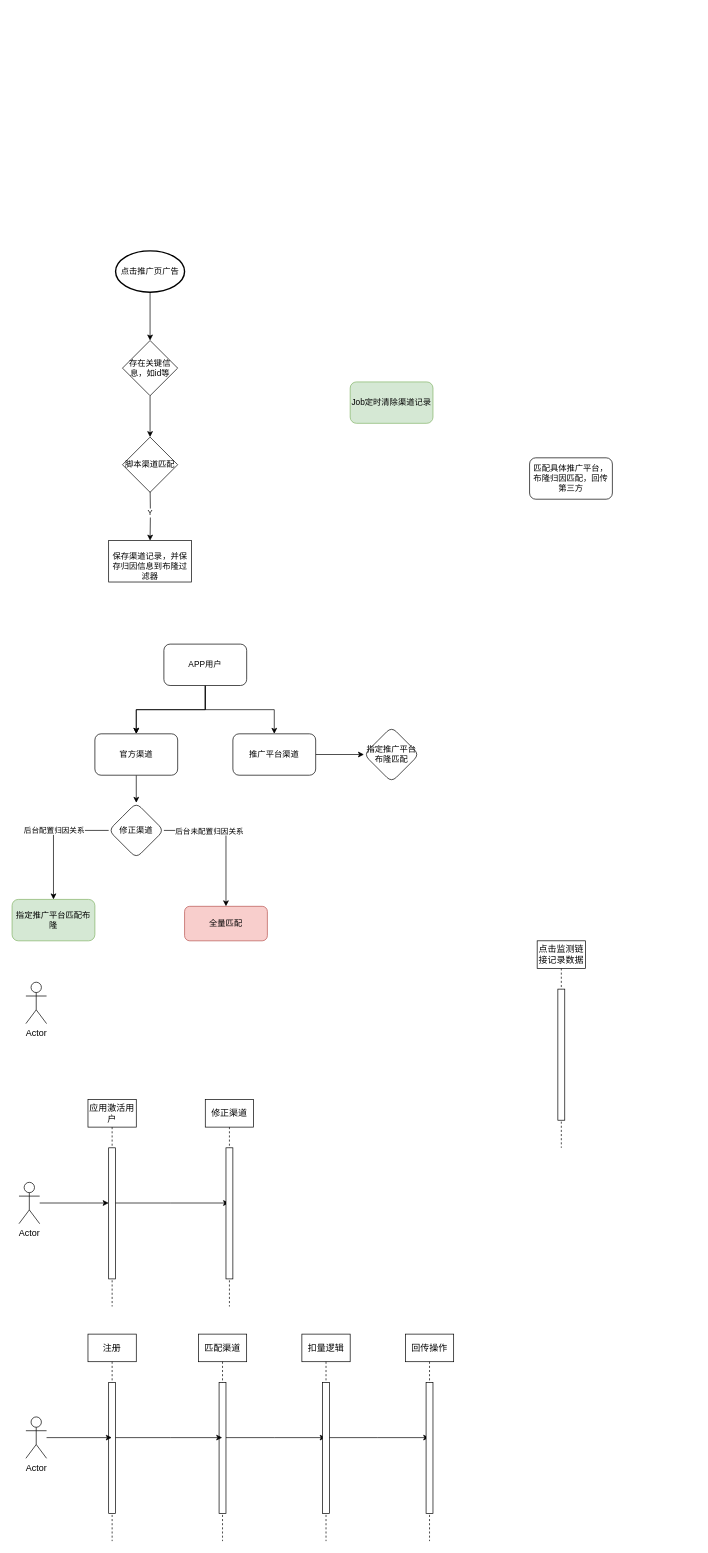
Above: 推广平台模式.drawio in lints123/draw_project (draw.io), before the change. Source tidied: cells renumbered, new cells numbered last; positions are measured from the earlier drawing's top-left corner, leaving out a move shared by most shapes. Both pictures are drawn from the tidied source at 69%, with x=0, y=0 at pixel (12, 250).
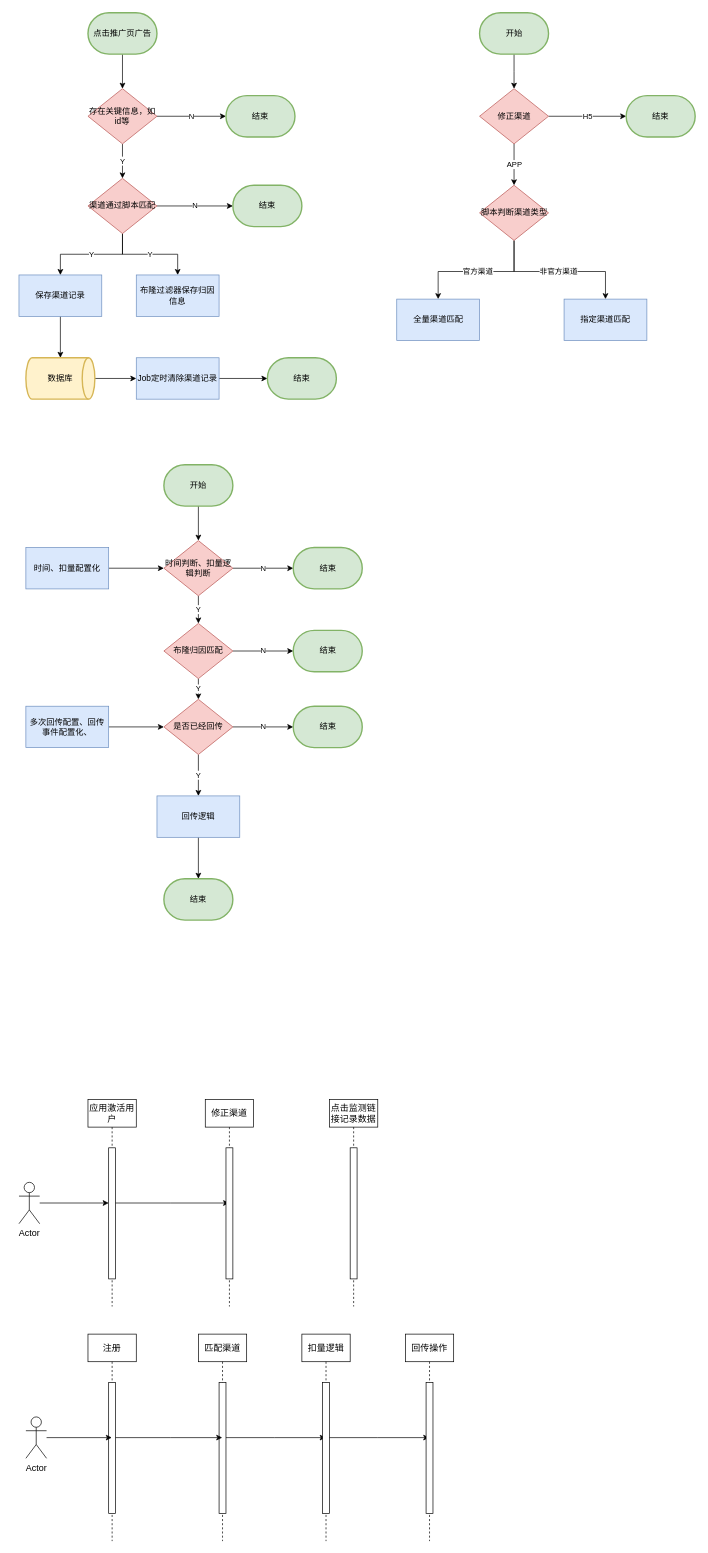
The same page after the edit.

Commit message:
更新推广平台模式.drawio

What changed in the source:
```diff
@@
-    <mxCell id="2" value="Actor" style="shape=umlActor;verticalLabelPosition=bottom;verticalAlign=top;html=1;fontSize=13;" parent="1" vertex="1">
-      <mxGeometry x="20" y="1060" width="30" height="60" as="geometry" />
-    </mxCell>
     <mxCell id="3" value="点击监测链接记录数据" style="shape=umlLifeline;perimeter=lifelinePerimeter;whiteSpace=wrap;html=1;newEdgeStyle={&quot;edgeStyle&quot;:&quot;elbowEdgeStyle&quot;,&quot;elbow&quot;:&quot;vertical&quot;,&quot;curved&quot;:0,&quot;rounded&quot;:0};fontSize=13;" parent="1" vertex="1">
-      <mxGeometry x="761" y="1000" width="70" height="300" as="geometry" />
+      <mxGeometry x="460" y="1230" width="70" height="300" as="geometry" />
     </mxCell>
@@
-    <mxCell id="25" style="edgeStyle=orthogonalEdgeStyle;rounded=0;jettySize=auto;html=1;" parent="1" edge="1" source="26" target="48">
+    <mxCell id="25" value="Y" style="edgeStyle=orthogonalEdgeStyle;rounded=0;jettySize=auto;html=1;" parent="1" edge="1" source="26" target="48">
       <mxGeometry relative="1" as="geometry" />
     </mxCell>
+    <mxCell id="49" value="N" style="edgeStyle=orthogonalEdgeStyle;rounded=0;jettySize=auto;html=1;entryX=0;entryY=0.5;entryDx=0;entryDy=0;entryPerimeter=0;" parent="1" edge="1" source="26" target="54">
+      <mxGeometry relative="1" as="geometry" />
+    </mxCell>
-    <mxCell id="26" value="存在关键信息，如id等" style="rhombus;whiteSpace=wrap;html=1;" parent="1" vertex="1">
-      <mxGeometry x="160" y="130" width="80" height="80" as="geometry" />
+    <mxCell id="26" value="存在关键信息，如id等" style="rhombus;whiteSpace=wrap;html=1;fillColor=#f8cecc;strokeColor=#b85450;" parent="1" vertex="1">
+      <mxGeometry x="110" y="-235" width="100" height="80" as="geometry" />
     </mxCell>
+    <mxCell id="44" style="edgeStyle=orthogonalEdgeStyle;rounded=0;jettySize=auto;html=1;entryX=0.5;entryY=0;entryDx=0;entryDy=0;" parent="1" edge="1" source="45" target="26">
+      <mxGeometry relative="1" as="geometry" />
+    </mxCell>
+    <mxCell id="46" value="Y" style="edgeStyle=orthogonalEdgeStyle;rounded=0;jettySize=auto;html=1;exitX=0.5;exitY=1;exitDx=0;exitDy=0;" parent="1" edge="1" source="48" target="53">
+      <mxGeometry relative="1" as="geometry" />
+    </mxCell>
+    <mxCell id="50" style="edgeStyle=orthogonalEdgeStyle;rounded=0;jettySize=auto;html=1;exitX=0.5;exitY=1;exitDx=0;exitDy=0;" parent="1" edge="1" source="47" target="57">
+      <mxGeometry relative="1" as="geometry" />
+    </mxCell>
+    <mxCell id="47" value="保存渠道记录" style="whiteSpace=wrap;html=1;fillColor=#dae8fc;strokeColor=#6c8ebf;" parent="1" vertex="1">
+      <mxGeometry x="10" y="35" width="120" height="60" as="geometry" />
+    </mxCell>
+    <mxCell id="51" value="Y" style="edgeStyle=orthogonalEdgeStyle;rounded=0;jettySize=auto;html=1;entryX=0.5;entryY=0;entryDx=0;entryDy=0;" parent="1" edge="1" source="48" target="47">
+      <mxGeometry relative="1" as="geometry" />
+    </mxCell>
+    <mxCell id="52" value="N" style="edgeStyle=orthogonalEdgeStyle;rounded=0;jettySize=auto;html=1;entryX=0;entryY=0.5;entryDx=0;entryDy=0;entryPerimeter=0;" parent="1" edge="1" source="48" target="55">
+      <mxGeometry relative="1" as="geometry" />
+    </mxCell>
+    <mxCell id="48" value="渠道通过脚本匹配" style="rhombus;whiteSpace=wrap;html=1;fillColor=#f8cecc;strokeColor=#b85450;" parent="1" vertex="1">
+      <mxGeometry x="110" y="-105" width="100" height="80" as="geometry" />
+    </mxCell>
+    <mxCell id="45" value="点击推广页广告" style="strokeWidth=2;html=1;shape=mxgraph.flowchart.terminator;whiteSpace=wrap;fillColor=#d5e8d4;strokeColor=#82b366;" parent="1" vertex="1">
+      <mxGeometry x="110" y="-345" width="100" height="60" as="geometry" />
+    </mxCell>
+    <mxCell id="53" value="布隆过滤器保存归因信息" style="whiteSpace=wrap;html=1;fillColor=#dae8fc;strokeColor=#6c8ebf;" parent="1" vertex="1">
+      <mxGeometry x="180" y="35" width="120" height="60" as="geometry" />
+    </mxCell>
+    <mxCell id="54" value="结束" style="strokeWidth=2;html=1;shape=mxgraph.flowchart.terminator;whiteSpace=wrap;fillColor=#d5e8d4;strokeColor=#82b366;" parent="1" vertex="1">
+      <mxGeometry x="310" y="-225" width="100" height="60" as="geometry" />
+    </mxCell>
+    <mxCell id="55" value="结束" style="strokeWidth=2;html=1;shape=mxgraph.flowchart.terminator;whiteSpace=wrap;fillColor=#d5e8d4;strokeColor=#82b366;" parent="1" vertex="1">
+      <mxGeometry x="320" y="-95" width="100" height="60" as="geometry" />
+    </mxCell>
+    <mxCell id="56" style="edgeStyle=orthogonalEdgeStyle;rounded=0;jettySize=auto;html=1;" parent="1" edge="1" source="57" target="27">
+      <mxGeometry relative="1" as="geometry" />
+    </mxCell>
+    <mxCell id="57" value="数据库" style="strokeWidth=2;html=1;shape=mxgraph.flowchart.direct_data;whiteSpace=wrap;fillColor=#fff2cc;strokeColor=#d6b656;" parent="1" vertex="1">
+      <mxGeometry x="20" y="155" width="100" height="60" as="geometry" />
+    </mxCell>
+    <mxCell id="58" style="edgeStyle=orthogonalEdgeStyle;rounded=0;jettySize=auto;html=1;" parent="1" edge="1" source="27" target="59">
+      <mxGeometry relative="1" as="geometry" />
+    </mxCell>
-    <mxCell id="27" value="Job定时清除渠道记录" style="whiteSpace=wrap;html=1;rounded=1;fillColor=#d5e8d4;strokeColor=#82b366;" parent="1" vertex="1">
-      <mxGeometry x="490" y="190" width="120" height="60" as="geometry" />
+    <mxCell id="27" value="Job定时清除渠道记录" style="whiteSpace=wrap;html=1;fillColor=#dae8fc;strokeColor=#6c8ebf;" parent="1" vertex="1">
+      <mxGeometry x="180" y="155" width="120" height="60" as="geometry" />
     </mxCell>
-    <mxCell id="28" value="匹配具体推广平台，布隆归因匹配，回传第三方" style="whiteSpace=wrap;html=1;rounded=1;" parent="1" vertex="1">
-      <mxGeometry x="750" y="300" width="120" height="60" as="geometry" />
-    </mxCell>
-    <mxCell id="29" style="edgeStyle=orthogonalEdgeStyle;rounded=0;jettySize=auto;html=1;" parent="1" edge="1" source="32" target="39">
-      <mxGeometry relative="1" as="geometry" />
-    </mxCell>
-    <mxCell id="30" style="edgeStyle=orthogonalEdgeStyle;rounded=0;jettySize=auto;html=1;" parent="1" edge="1" source="32" target="39">
-      <mxGeometry relative="1" as="geometry" />
-    </mxCell>
-    <mxCell id="31" style="edgeStyle=orthogonalEdgeStyle;rounded=0;jettySize=auto;html=1;" parent="1" edge="1" source="32" target="42">
-      <mxGeometry relative="1" as="geometry" />
-    </mxCell>
-    <mxCell id="32" value="APP用户" style="rounded=1;whiteSpace=wrap;html=1;" parent="1" vertex="1">
-      <mxGeometry x="220" y="570" width="120" height="60" as="geometry" />
-    </mxCell>
-    <mxCell id="33" style="edgeStyle=orthogonalEdgeStyle;rounded=0;jettySize=auto;html=1;exitX=0.5;exitY=1;exitDx=0;exitDy=0;" parent="1" edge="1" source="39" target="37">
-      <mxGeometry relative="1" as="geometry" />
-    </mxCell>
-    <mxCell id="34" value="后台配置归因关系" style="edgeStyle=orthogonalEdgeStyle;rounded=0;jettySize=auto;html=1;" parent="1" edge="1" source="37" target="38">
-      <mxGeometry x="-0.12" relative="1" as="geometry" />
-    </mxCell>
-    <mxCell id="35" style="edgeStyle=orthogonalEdgeStyle;rounded=0;jettySize=auto;html=1;" parent="1" edge="1" source="37" target="40">
-      <mxGeometry relative="1" as="geometry">
-        <Array as="points">
-          <mxPoint x="310" y="840" />
-        </Array>
-      </mxGeometry>
-    </mxCell>
-    <mxCell id="36" value="后台未配置归因关系" style="edgeLabel;html=1;align=center;verticalAlign=middle;" parent="35" vertex="1">
-      <mxGeometry x="-0.35" relative="1" as="geometry" />
-    </mxCell>
+    <mxCell id="59" value="结束" style="strokeWidth=2;html=1;shape=mxgraph.flowchart.terminator;whiteSpace=wrap;fillColor=#d5e8d4;strokeColor=#82b366;" parent="1" vertex="1">
+      <mxGeometry x="370" y="155" width="100" height="60" as="geometry" />
+    </mxCell>
+    <mxCell id="60" style="edgeStyle=orthogonalEdgeStyle;rounded=0;jettySize=auto;html=1;" parent="1" edge="1" source="61">
+      <mxGeometry relative="1" as="geometry">
+        <mxPoint x="727.5" y="-235" as="targetPoint" />
+      </mxGeometry>
+    </mxCell>
+    <mxCell id="61" value="开始" style="strokeWidth=2;html=1;shape=mxgraph.flowchart.terminator;whiteSpace=wrap;fillColor=#d5e8d4;strokeColor=#82b366;" parent="1" vertex="1">
+      <mxGeometry x="677.5" y="-345" width="100" height="60" as="geometry" />
+    </mxCell>
+    <mxCell id="62" value="H5" style="edgeStyle=orthogonalEdgeStyle;rounded=0;jettySize=auto;html=1;entryX=0;entryY=0.5;entryDx=0;entryDy=0;entryPerimeter=0;" parent="1" edge="1" source="37" target="64">
+      <mxGeometry relative="1" as="geometry" />
+    </mxCell>
+    <mxCell id="63" value="APP" style="edgeStyle=orthogonalEdgeStyle;rounded=0;jettySize=auto;html=1;" parent="1" edge="1" source="37" target="66">
+      <mxGeometry relative="1" as="geometry" />
+    </mxCell>
-    <mxCell id="37" value="修正渠道" style="rhombus;whiteSpace=wrap;html=1;rounded=1;" parent="1" vertex="1">
-      <mxGeometry x="140" y="800" width="80" height="80" as="geometry" />
+    <mxCell id="37" value="修正渠道" style="rhombus;whiteSpace=wrap;html=1;fillColor=#f8cecc;strokeColor=#b85450;" parent="1" vertex="1">
+      <mxGeometry x="677.5" y="-235" width="100" height="80" as="geometry" />
     </mxCell>
-    <mxCell id="38" value="指定推广平台匹配布隆" style="whiteSpace=wrap;html=1;rounded=1;fillColor=#d5e8d4;strokeColor=#82b366;" parent="1" vertex="1">
-      <mxGeometry y="940" width="120" height="60" as="geometry" />
-    </mxCell>
+    <mxCell id="64" value="结束" style="strokeWidth=2;html=1;shape=mxgraph.flowchart.terminator;whiteSpace=wrap;fillColor=#d5e8d4;strokeColor=#82b366;" parent="1" vertex="1">
+      <mxGeometry x="890" y="-225" width="100" height="60" as="geometry" />
+    </mxCell>
-    <mxCell id="39" value="官方渠道" style="rounded=1;whiteSpace=wrap;html=1;" parent="1" vertex="1">
-      <mxGeometry x="120" y="700" width="120" height="60" as="geometry" />
+    <mxCell id="39" value="官方渠道" style="edgeStyle=orthogonalEdgeStyle;rounded=0;jettySize=auto;html=1;entryX=0.5;entryY=0;entryDx=0;entryDy=0;" parent="1" edge="1" source="66" target="67">
+      <mxGeometry relative="1" as="geometry">
+        <Array as="points">
+          <mxPoint x="728" y="30" />
+          <mxPoint x="618" y="30" />
+        </Array>
+      </mxGeometry>
     </mxCell>
-    <mxCell id="40" value="全量匹配" style="whiteSpace=wrap;html=1;rounded=1;fillColor=#f8cecc;strokeColor=#b85450;" parent="1" vertex="1">
-      <mxGeometry x="250" y="950" width="120" height="50" as="geometry" />
-    </mxCell>
-    <mxCell id="41" style="edgeStyle=orthogonalEdgeStyle;rounded=0;jettySize=auto;html=1;" parent="1" edge="1" source="42" target="43">
-      <mxGeometry relative="1" as="geometry" />
-    </mxCell>
-    <mxCell id="42" value="推广平台渠道" style="whiteSpace=wrap;html=1;rounded=1;" parent="1" vertex="1">
-      <mxGeometry x="320" y="700" width="120" height="60" as="geometry" />
-    </mxCell>
-    <mxCell id="43" value="指定推广平台布隆匹配" style="rhombus;whiteSpace=wrap;html=1;rounded=1;" parent="1" vertex="1">
-      <mxGeometry x="510" y="690" width="80" height="80" as="geometry" />
-    </mxCell>
-    <mxCell id="44" style="edgeStyle=orthogonalEdgeStyle;rounded=0;jettySize=auto;html=1;entryX=0.5;entryY=0;entryDx=0;entryDy=0;" parent="1" edge="1" source="45" target="26">
-      <mxGeometry relative="1" as="geometry" />
-    </mxCell>
-    <mxCell id="45" value="点击推广页广告" style="strokeWidth=2;html=1;shape=mxgraph.flowchart.start_1;whiteSpace=wrap;" parent="1" vertex="1">
-      <mxGeometry x="150" width="100" height="60" as="geometry" />
-    </mxCell>
-    <mxCell id="46" value="Y" style="edgeStyle=orthogonalEdgeStyle;rounded=0;jettySize=auto;html=1;" parent="1" edge="1" target="47">
-      <mxGeometry relative="1" as="geometry">
-        <mxPoint x="200" y="340" as="sourcePoint" />
-      </mxGeometry>
-    </mxCell>
-    <mxCell id="47" value="&lt;br style=&quot;border-color: var(--border-color);&quot;&gt;保存渠道记录，并保存归因信息到布隆过滤器" style="whiteSpace=wrap;html=1;" parent="1" vertex="1">
-      <mxGeometry x="140" y="420" width="120" height="60" as="geometry" />
-    </mxCell>
-    <mxCell id="48" value="脚本渠道匹配" style="rhombus;whiteSpace=wrap;html=1;" parent="1" vertex="1">
-      <mxGeometry x="160" y="270" width="80" height="80" as="geometry" />
-    </mxCell>
+    <mxCell id="65" value="非官方渠道" style="edgeStyle=orthogonalEdgeStyle;rounded=0;jettySize=auto;html=1;entryX=0.5;entryY=0;entryDx=0;entryDy=0;" parent="1" edge="1" source="66" target="68">
+      <mxGeometry relative="1" as="geometry">
+        <Array as="points">
+          <mxPoint x="728" y="30" />
+          <mxPoint x="860" y="30" />
+        </Array>
+      </mxGeometry>
+    </mxCell>
+    <mxCell id="66" value="脚本判断渠道类型" style="rhombus;whiteSpace=wrap;html=1;fillColor=#f8cecc;strokeColor=#b85450;" parent="1" vertex="1">
+      <mxGeometry x="677.5" y="-95" width="100" height="80" as="geometry" />
+    </mxCell>
+    <mxCell id="67" value="全量渠道匹配" style="whiteSpace=wrap;html=1;fillColor=#dae8fc;strokeColor=#6c8ebf;" parent="1" vertex="1">
+      <mxGeometry x="557.5" y="70" width="120" height="60" as="geometry" />
+    </mxCell>
+    <mxCell id="68" value="指定渠道匹配" style="whiteSpace=wrap;html=1;fillColor=#dae8fc;strokeColor=#6c8ebf;" parent="1" vertex="1">
+      <mxGeometry x="800" y="70" width="120" height="60" as="geometry" />
+    </mxCell>
+    <mxCell id="69" style="edgeStyle=orthogonalEdgeStyle;rounded=0;jettySize=auto;html=1;entryX=0.5;entryY=0;entryDx=0;entryDy=0;" parent="1" edge="1" source="70" target="73">
+      <mxGeometry relative="1" as="geometry" />
+    </mxCell>
+    <mxCell id="70" value="开始" style="strokeWidth=2;html=1;shape=mxgraph.flowchart.terminator;whiteSpace=wrap;fillColor=#d5e8d4;strokeColor=#82b366;" parent="1" vertex="1">
+      <mxGeometry x="220" y="310" width="100" height="60" as="geometry" />
+    </mxCell>
+    <mxCell id="71" value="Y" style="edgeStyle=orthogonalEdgeStyle;rounded=0;jettySize=auto;html=1;entryX=0.5;entryY=0;entryDx=0;entryDy=0;" parent="1" edge="1" source="73" target="76">
+      <mxGeometry relative="1" as="geometry" />
+    </mxCell>
+    <mxCell id="72" value="N" style="edgeStyle=orthogonalEdgeStyle;rounded=0;jettySize=auto;html=1;entryX=0;entryY=0.5;entryDx=0;entryDy=0;entryPerimeter=0;" parent="1" edge="1" source="73" target="82">
+      <mxGeometry relative="1" as="geometry" />
+    </mxCell>
+    <mxCell id="73" value="时间判断、扣量逻辑判断" style="rhombus;whiteSpace=wrap;html=1;fillColor=#f8cecc;strokeColor=#b85450;" parent="1" vertex="1">
+      <mxGeometry x="220" y="420" width="100" height="80" as="geometry" />
+    </mxCell>
+    <mxCell id="74" value="Y" style="edgeStyle=orthogonalEdgeStyle;rounded=0;jettySize=auto;html=1;entryX=0.5;entryY=0;entryDx=0;entryDy=0;" parent="1" edge="1" source="76" target="79">
+      <mxGeometry relative="1" as="geometry" />
+    </mxCell>
+    <mxCell id="75" value="N" style="edgeStyle=orthogonalEdgeStyle;rounded=0;jettySize=auto;html=1;entryX=0;entryY=0.5;entryDx=0;entryDy=0;entryPerimeter=0;" parent="1" edge="1" source="76" target="84">
+      <mxGeometry relative="1" as="geometry" />
+    </mxCell>
+    <mxCell id="76" value="布隆归因匹配" style="rhombus;whiteSpace=wrap;html=1;fillColor=#f8cecc;strokeColor=#b85450;" parent="1" vertex="1">
+      <mxGeometry x="220" y="540" width="100" height="80" as="geometry" />
+    </mxCell>
+    <mxCell id="77" value="Y" style="edgeStyle=orthogonalEdgeStyle;rounded=0;jettySize=auto;html=1;entryX=0.5;entryY=0;entryDx=0;entryDy=0;" parent="1" edge="1" source="79" target="81">
+      <mxGeometry relative="1" as="geometry" />
+    </mxCell>
+    <mxCell id="78" value="N" style="edgeStyle=orthogonalEdgeStyle;rounded=0;jettySize=auto;html=1;entryX=0;entryY=0.5;entryDx=0;entryDy=0;entryPerimeter=0;" parent="1" edge="1" source="79" target="83">
+      <mxGeometry relative="1" as="geometry" />
+    </mxCell>
+    <mxCell id="79" value="是否已经回传" style="rhombus;whiteSpace=wrap;html=1;fillColor=#f8cecc;strokeColor=#b85450;" parent="1" vertex="1">
+      <mxGeometry x="220" y="650" width="100" height="80" as="geometry" />
+    </mxCell>
+    <mxCell id="80" style="edgeStyle=orthogonalEdgeStyle;rounded=0;jettySize=auto;html=1;" parent="1" edge="1" source="81" target="89">
+      <mxGeometry relative="1" as="geometry" />
+    </mxCell>
+    <mxCell id="81" value="回传逻辑" style="whiteSpace=wrap;html=1;fillColor=#dae8fc;strokeColor=#6c8ebf;" parent="1" vertex="1">
+      <mxGeometry x="210" y="790" width="120" height="60" as="geometry" />
+    </mxCell>
+    <mxCell id="82" value="结束" style="strokeWidth=2;html=1;shape=mxgraph.flowchart.terminator;whiteSpace=wrap;fillColor=#d5e8d4;strokeColor=#82b366;" parent="1" vertex="1">
+      <mxGeometry x="407.5" y="430" width="100" height="60" as="geometry" />
+    </mxCell>
+    <mxCell id="83" value="结束" style="strokeWidth=2;html=1;shape=mxgraph.flowchart.terminator;whiteSpace=wrap;fillColor=#d5e8d4;strokeColor=#82b366;" parent="1" vertex="1">
+      <mxGeometry x="407.5" y="660" width="100" height="60" as="geometry" />
+    </mxCell>
+    <mxCell id="84" value="结束" style="strokeWidth=2;html=1;shape=mxgraph.flowchart.terminator;whiteSpace=wrap;fillColor=#d5e8d4;strokeColor=#82b366;" parent="1" vertex="1">
+      <mxGeometry x="407.5" y="550" width="100" height="60" as="geometry" />
+    </mxCell>
+    <mxCell id="85" style="edgeStyle=orthogonalEdgeStyle;rounded=0;jettySize=auto;html=1;entryX=0;entryY=0.5;entryDx=0;entryDy=0;" parent="1" edge="1" source="86" target="73">
+      <mxGeometry relative="1" as="geometry" />
+    </mxCell>
+    <mxCell id="86" value="时间、扣量配置化" style="whiteSpace=wrap;html=1;fillColor=#dae8fc;strokeColor=#6c8ebf;" parent="1" vertex="1">
+      <mxGeometry x="20" y="430" width="120" height="60" as="geometry" />
+    </mxCell>
+    <mxCell id="87" style="edgeStyle=orthogonalEdgeStyle;rounded=0;jettySize=auto;html=1;entryX=0;entryY=0.5;entryDx=0;entryDy=0;" parent="1" edge="1" source="88" target="79">
+      <mxGeometry relative="1" as="geometry" />
+    </mxCell>
+    <mxCell id="88" value="多次回传配置、回传事件配置化、" style="whiteSpace=wrap;html=1;fillColor=#dae8fc;strokeColor=#6c8ebf;" parent="1" vertex="1">
+      <mxGeometry x="20" y="660" width="120" height="60" as="geometry" />
+    </mxCell>
+    <mxCell id="89" value="结束" style="strokeWidth=2;html=1;shape=mxgraph.flowchart.terminator;whiteSpace=wrap;fillColor=#d5e8d4;strokeColor=#82b366;" parent="1" vertex="1">
+      <mxGeometry x="220" y="910" width="100" height="60" as="geometry" />
+    </mxCell>
```
